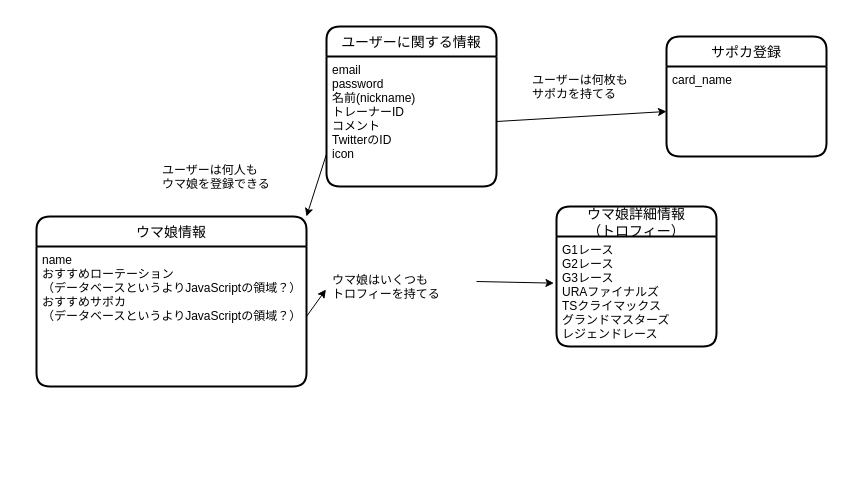
Above: ウマ娘全冠支援ツールモデリング.dio in kenkenkaiden/umamusume_crown_complete_support (draw.io), before the change. Source tidied: cells renumbered, new cells numbered last; positions are measured from the earlier drawing's top-left corner, leaving out a move shared by most shapes. Both pictures are drawn from the tidied source at 100%, with x=0, y=0 at pixel (36, 26).
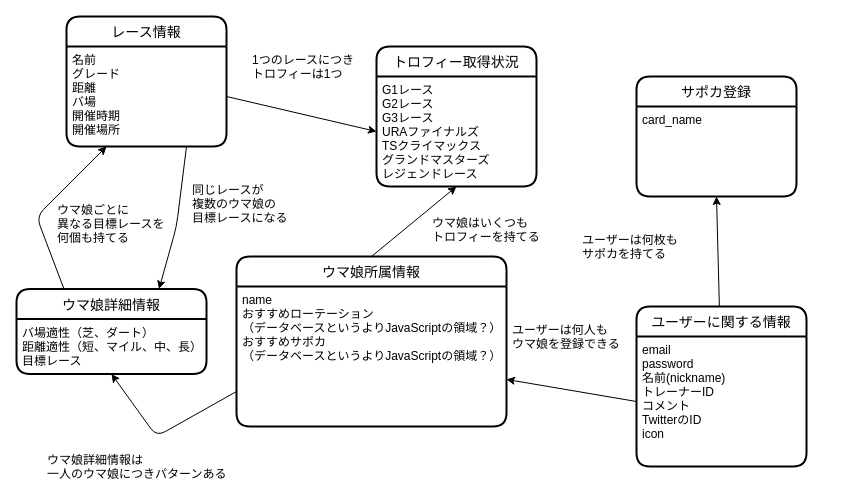
Above is the later version.

Commit message (it also covers changes not shown here):
エンティティ洗い出しなおし

The change refers to these unchanged cells:
```xml
<mxCell id="3" value="email&#10;password&#10;名前(nickname)&#10;トレーナーID&#10;コメント&#10;TwitterのID&#10;icon" style="align=left;strokeColor=none;fillColor=none;spacingLeft=4;fontSize=12;verticalAlign=top;" parent="2" vertex="1">
  <mxGeometry y="30" width="170" height="130" as="geometry" />
</mxCell>
<mxCell id="5" value="name&#10;おすすめローテーション&#10;（データベースというよりJavaScriptの領域？）&#10;おすすめサポカ&#10;（データベースというよりJavaScriptの領域？）" style="align=left;strokeColor=none;fillColor=none;spacingLeft=4;fontSize=12;verticalAlign=top;" parent="4" vertex="1">
  <mxGeometry y="30" width="270" height="140" as="geometry" />
</mxCell>
<mxCell id="7" value="G1レース&#10;G2レース&#10;G3レース&#10;URAファイナルズ&#10;TSクライマックス&#10;グランドマスターズ&#10;レジェンドレース" style="align=left;strokeColor=none;fillColor=none;spacingLeft=4;fontSize=12;verticalAlign=top;" parent="6" vertex="1">
  <mxGeometry y="30" width="160" height="110" as="geometry" />
</mxCell>
<mxCell id="9" value="card_name" style="align=left;strokeColor=none;fillColor=none;spacingLeft=4;fontSize=12;verticalAlign=top;" parent="8" vertex="1">
  <mxGeometry y="30" width="160" height="90" as="geometry" />
</mxCell>
```

Diff of the diagram source:
```diff
@@
     <mxCell id="2" value="ユーザーに関する情報" style="swimlane;horizontal=1;startSize=30;rounded=1;fontSize=14;fontStyle=0;strokeWidth=2;shadow=0;dashed=0;align=center;" parent="1" vertex="1">
-      <mxGeometry x="290" width="170" height="160" as="geometry" />
+      <mxGeometry x="600" y="280" width="170" height="160" as="geometry" />
     </mxCell>
@@
-    <mxCell id="4" value="ウマ娘情報" style="swimlane;horizontal=1;startSize=30;rounded=1;fontSize=14;fontStyle=0;strokeWidth=2;shadow=0;dashed=0;align=center;" parent="1" vertex="1">
-      <mxGeometry y="190" width="270" height="170" as="geometry" />
+    <mxCell id="4" value="ウマ娘所属情報" style="swimlane;horizontal=1;startSize=30;rounded=1;fontSize=14;fontStyle=0;strokeWidth=2;shadow=0;dashed=0;align=center;" parent="1" vertex="1">
+      <mxGeometry x="200" y="230" width="270" height="170" as="geometry" />
     </mxCell>
@@
-    <mxCell id="6" value="ウマ娘詳細情報&#10;（トロフィー）" style="swimlane;horizontal=1;startSize=30;rounded=1;fontSize=14;fontStyle=0;strokeWidth=2;shadow=0;dashed=0;align=center;" parent="1" vertex="1">
-      <mxGeometry x="520" y="180" width="160" height="140" as="geometry" />
+    <mxCell id="6" value="トロフィー取得状況" style="swimlane;horizontal=1;startSize=30;rounded=1;fontSize=14;fontStyle=0;strokeWidth=2;shadow=0;dashed=0;align=center;" parent="1" vertex="1">
+      <mxGeometry x="340" y="20" width="160" height="140" as="geometry" />
     </mxCell>
@@
     <mxCell id="8" value="サポカ登録" style="swimlane;horizontal=1;startSize=30;rounded=1;fontSize=14;fontStyle=0;strokeWidth=2;shadow=0;dashed=0;align=center;" parent="1" vertex="1">
-      <mxGeometry x="630" y="10" width="160" height="120" as="geometry" />
+      <mxGeometry x="600" y="50" width="160" height="120" as="geometry" />
     </mxCell>
@@
     <mxCell id="10" value="ユーザーは何人も&#10;ウマ娘を登録できる&#10;" style="text;strokeColor=none;fillColor=none;spacingLeft=4;spacingRight=4;overflow=hidden;fontSize=12;" parent="1" vertex="1">
-      <mxGeometry x="120" y="130" width="150" height="30" as="geometry" />
+      <mxGeometry x="470" y="290" width="150" height="30" as="geometry" />
     </mxCell>
-    <mxCell id="11" style="edgeStyle=none;html=1;exitX=1;exitY=0.5;exitDx=0;exitDy=0;entryX=-0.016;entryY=0.424;entryDx=0;entryDy=0;entryPerimeter=0;" parent="1" edge="1" source="12" target="7">
-      <mxGeometry relative="1" as="geometry" />
-    </mxCell>
     <mxCell id="12" value="ウマ娘はいくつも&#10;トロフィーを持てる" style="text;strokeColor=none;fillColor=none;spacingLeft=4;spacingRight=4;overflow=hidden;points=[[0,0.5],[1,0.5]];portConstraint=eastwest;fontSize=12;" parent="1" vertex="1">
-      <mxGeometry x="290" y="240" width="150" height="30" as="geometry" />
+      <mxGeometry x="390" y="182.5" width="150" height="30" as="geometry" />
     </mxCell>
-    <mxCell id="13" style="edgeStyle=none;html=1;exitX=0;exitY=0.75;exitDx=0;exitDy=0;entryX=1;entryY=0;entryDx=0;entryDy=0;" parent="1" edge="1" source="3" target="4">
+    <mxCell id="13" style="edgeStyle=none;html=1;exitX=0;exitY=0.5;exitDx=0;exitDy=0;" parent="1" edge="1" source="3" target="5">
       <mxGeometry relative="1" as="geometry" />
     </mxCell>
-    <mxCell id="14" style="edgeStyle=none;html=1;exitX=1;exitY=0.5;exitDx=0;exitDy=0;entryX=-0.004;entryY=0.767;entryDx=0;entryDy=0;entryPerimeter=0;" parent="1" edge="1" source="5" target="12">
+    <mxCell id="14" style="edgeStyle=none;html=1;entryX=0.5;entryY=1;entryDx=0;entryDy=0;exitX=0.5;exitY=0;exitDx=0;exitDy=0;" parent="1" edge="1" source="4" target="7">
       <mxGeometry relative="1" as="geometry" />
     </mxCell>
-    <mxCell id="15" style="edgeStyle=none;html=1;exitX=1;exitY=0.5;exitDx=0;exitDy=0;entryX=0;entryY=0.5;entryDx=0;entryDy=0;" parent="1" edge="1" source="3" target="9">
+    <mxCell id="15" style="edgeStyle=none;html=1;entryX=0.5;entryY=1;entryDx=0;entryDy=0;" parent="1" edge="1" source="2" target="9">
       <mxGeometry relative="1" as="geometry" />
     </mxCell>
     <mxCell id="16" value="ユーザーは何枚も&#10;サポカを持てる" style="text;strokeColor=none;fillColor=none;spacingLeft=4;spacingRight=4;overflow=hidden;fontSize=12;" parent="1" vertex="1">
-      <mxGeometry x="490" y="40" width="120" height="40" as="geometry" />
+      <mxGeometry x="540" y="200" width="120" height="40" as="geometry" />
     </mxCell>
+    <mxCell id="17" value="レース情報" style="swimlane;horizontal=1;startSize=30;rounded=1;fontSize=14;fontStyle=0;strokeWidth=2;shadow=0;dashed=0;align=center;" parent="1" vertex="1">
+      <mxGeometry x="30" y="-10" width="160" height="130" as="geometry" />
+    </mxCell>
+    <mxCell id="18" value="名前&#10;グレード&#10;距離&#10;バ場&#10;開催時期&#10;開催場所" style="align=left;strokeColor=none;fillColor=none;spacingLeft=4;fontSize=12;verticalAlign=top;" parent="17" vertex="1">
+      <mxGeometry y="30" width="160" height="100" as="geometry" />
+    </mxCell>
+    <mxCell id="19" style="edgeStyle=none;html=1;exitX=1;exitY=0.5;exitDx=0;exitDy=0;entryX=0;entryY=0.5;entryDx=0;entryDy=0;" parent="1" edge="1" source="18" target="7">
+      <mxGeometry relative="1" as="geometry" />
+    </mxCell>
+    <mxCell id="20" style="edgeStyle=none;html=1;exitX=0.25;exitY=0;exitDx=0;exitDy=0;entryX=0.25;entryY=1;entryDx=0;entryDy=0;" parent="1" edge="1" source="21" target="18">
+      <mxGeometry relative="1" as="geometry">
+        <Array as="points">
+          <mxPoint y="190" />
+        </Array>
+      </mxGeometry>
+    </mxCell>
+    <mxCell id="21" value="ウマ娘詳細情報" style="swimlane;horizontal=1;startSize=30;rounded=1;fontSize=14;fontStyle=0;strokeWidth=2;shadow=0;dashed=0;align=center;" parent="1" vertex="1">
+      <mxGeometry x="-20" y="262.5" width="190" height="85" as="geometry" />
+    </mxCell>
+    <mxCell id="22" value="バ場適性（芝、ダート）&#10;距離適性（短、マイル、中、長）&#10;目標レース" style="align=left;strokeColor=none;fillColor=none;spacingLeft=4;fontSize=12;verticalAlign=top;" parent="21" vertex="1">
+      <mxGeometry y="30" width="190" height="55" as="geometry" />
+    </mxCell>
+    <mxCell id="23" value="ウマ娘詳細情報は&#10;一人のウマ娘につきパターンある" style="text;strokeColor=none;fillColor=none;spacingLeft=4;spacingRight=4;overflow=hidden;fontSize=12;" parent="1" vertex="1">
+      <mxGeometry x="5" y="420" width="195" height="40" as="geometry" />
+    </mxCell>
+    <mxCell id="24" style="edgeStyle=none;html=1;exitX=0;exitY=0.75;exitDx=0;exitDy=0;entryX=0.5;entryY=1;entryDx=0;entryDy=0;" parent="1" edge="1" source="5" target="22">
+      <mxGeometry relative="1" as="geometry">
+        <Array as="points">
+          <mxPoint x="120" y="410" />
+        </Array>
+      </mxGeometry>
+    </mxCell>
+    <mxCell id="25" style="edgeStyle=none;html=1;exitX=0.75;exitY=1;exitDx=0;exitDy=0;entryX=0.75;entryY=0;entryDx=0;entryDy=0;" parent="1" edge="1" source="18" target="21">
+      <mxGeometry relative="1" as="geometry">
+        <Array as="points">
+          <mxPoint x="140" y="200" />
+        </Array>
+      </mxGeometry>
+    </mxCell>
+    <mxCell id="26" value="ウマ娘ごとに&#10;異なる目標レースを&#10;何個も持てる" style="text;strokeColor=none;fillColor=none;spacingLeft=4;spacingRight=4;overflow=hidden;fontSize=12;" parent="1" vertex="1">
+      <mxGeometry x="15" y="170" width="120" height="55" as="geometry" />
+    </mxCell>
+    <mxCell id="27" value="同じレースが&#10;複数のウマ娘の&#10;目標レースになる" style="text;strokeColor=none;fillColor=none;spacingLeft=4;spacingRight=4;overflow=hidden;fontSize=12;" parent="1" vertex="1">
+      <mxGeometry x="150" y="150" width="110" height="50" as="geometry" />
+    </mxCell>
+    <mxCell id="28" value="1つのレースにつき&#10;トロフィーは1つ" style="text;strokeColor=none;fillColor=none;spacingLeft=4;spacingRight=4;overflow=hidden;fontSize=12;" parent="1" vertex="1">
+      <mxGeometry x="210" y="20" width="120" height="40" as="geometry" />
+    </mxCell>
```
